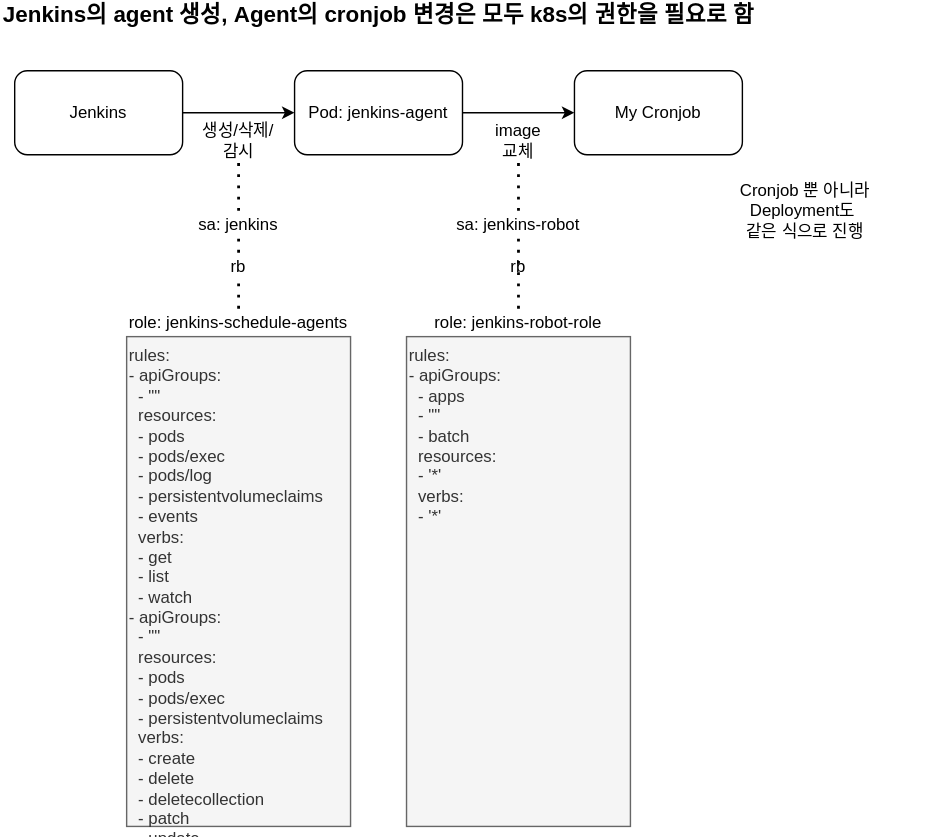
This is img/jenkins-sa-arch.svg from anabaral/azure-etude, a draw.io export, as it was before one commit. Source tidied: cells renumbered, new cells last; positions are measured from the earlier drawing's top-left corner, leaving out a move shared by most shapes.
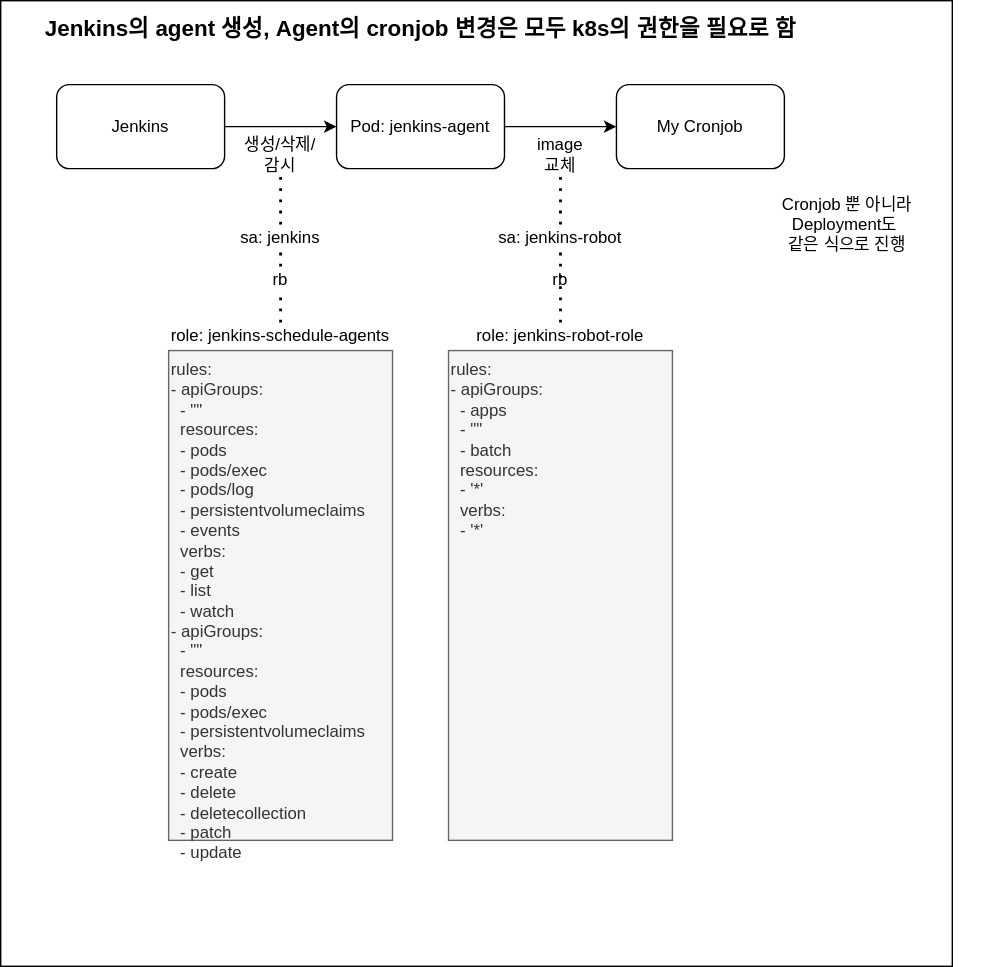
After the change.

What changed in the source:
```diff
@@ -2,6 +2,9 @@
   <root>
     <mxCell id="0" />
     <mxCell id="1" parent="0" />
+    <mxCell id="24" style="rounded=0;whiteSpace=wrap;html=1;" parent="1" vertex="1">
+      <mxGeometry x="-30" y="-10" width="680" height="690" as="geometry" />
+    </mxCell>
     <mxCell id="2" style="edgeStyle=orthogonalEdgeStyle;rounded=0;jettySize=auto;html=1;exitX=1;exitY=0.5;exitDx=0;exitDy=0;entryX=0;entryY=0.5;entryDx=0;entryDy=0;" parent="1" edge="1" source="3" target="5">
       <mxGeometry relative="1" as="geometry" />
     </mxCell>
```
